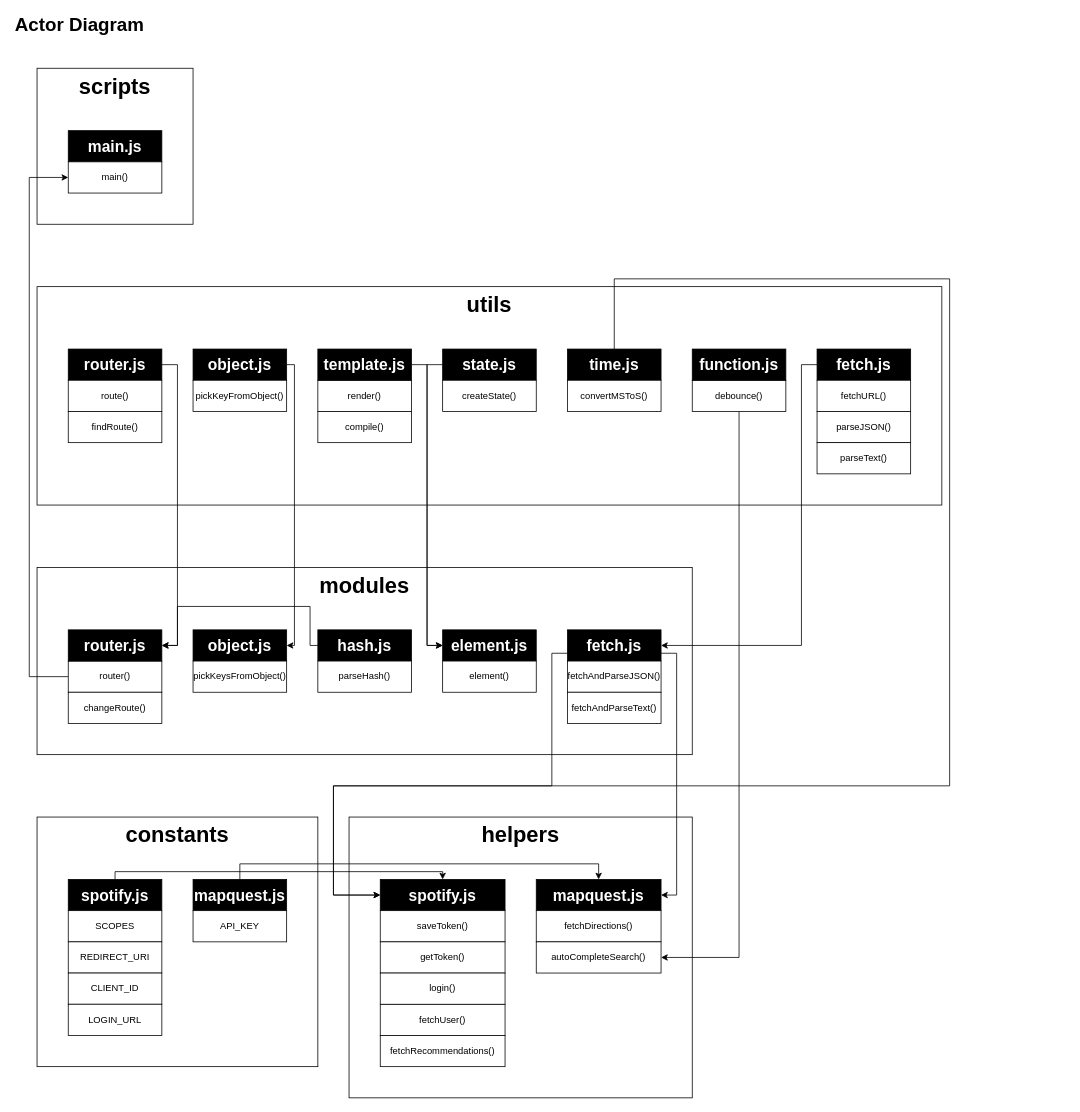
jonahgoldwastaken/web-app-from-scratch-2021 keeps this draw.io diagram as assets/Untitled Diagram.drawio. Above is the earlier version. Source tidied: cells renumbered, new cells numbered last; positions are measured from the earlier drawing's top-left corner, leaving out a move shared by most shapes. Both pictures are drawn from the tidied source at 78%, with x=0, y=0 at pixel (13, 13).
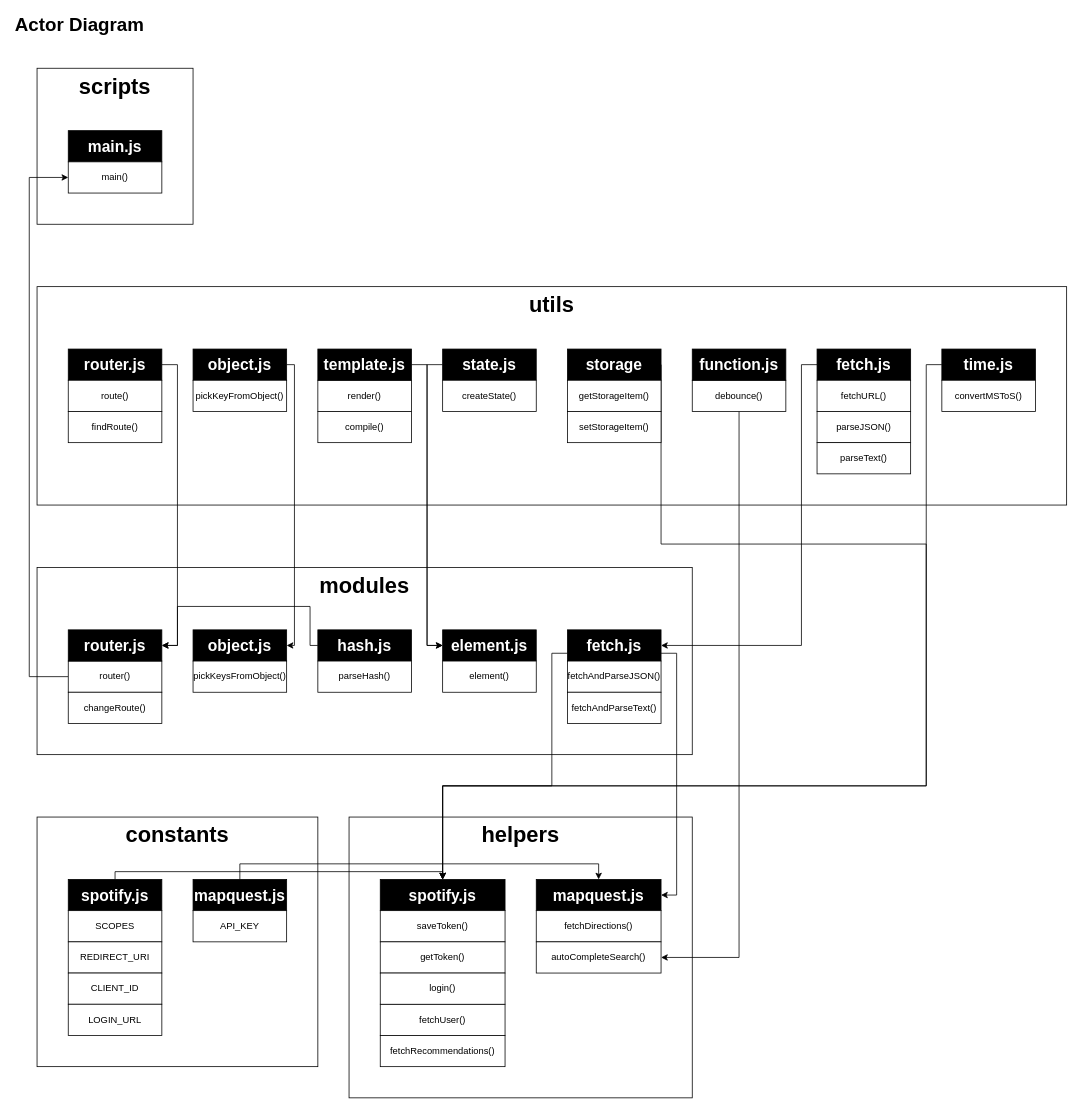
The same diagram, later.

Unchanged cells that the change refers to:
```xml
<mxCell id="8" value="spotify.js" style="whiteSpace=wrap;html=1;fontSize=20;align=center;fontStyle=1;fontColor=#FFFFFF;fillColor=#000000;" parent="1" vertex="1">
  <mxGeometry x="470" y="1110" width="160" height="40" as="geometry" />
</mxCell>
<mxCell id="20" value="fetch.js" style="whiteSpace=wrap;html=1;fontSize=20;align=center;fontStyle=1;fontColor=#FFFFFF;fillColor=#000000;" parent="1" vertex="1">
  <mxGeometry x="710" y="790" width="120" height="40" as="geometry" />
</mxCell>
```

What changed in the source:
```diff
@@
-    <mxCell id="19" style="edgeStyle=orthogonalEdgeStyle;rounded=0;jettySize=auto;html=1;exitX=0;exitY=0.75;exitDx=0;exitDy=0;startArrow=none;startFill=0;endArrow=classic;endFill=1;fontSize=28;fontColor=#000000;entryX=0;entryY=0.5;entryDx=0;entryDy=0;" parent="1" edge="1" source="20" target="8">
+    <mxCell id="19" style="edgeStyle=orthogonalEdgeStyle;rounded=0;jettySize=auto;html=1;exitX=0;exitY=0.75;exitDx=0;exitDy=0;startArrow=none;startFill=0;endArrow=classic;endFill=1;fontSize=28;fontColor=#000000;entryX=0.5;entryY=0;entryDx=0;entryDy=0;" parent="1" edge="1" source="20" target="8">
       <mxGeometry relative="1" as="geometry">
         <Array as="points">
           <mxPoint x="690" y="820" />
           <mxPoint x="690" y="990" />
-          <mxPoint x="410" y="990" />
-          <mxPoint x="410" y="1130" />
+          <mxPoint x="550" y="990" />
         </Array>
       </mxGeometry>
     </mxCell>
@@
     <mxCell id="44" value="utils" style="whiteSpace=wrap;html=1;fontSize=28;align=center;fontStyle=1;verticalAlign=top;fillColor=none;" parent="1" vertex="1">
-      <mxGeometry x="30" y="350" width="1160" height="280" as="geometry" />
+      <mxGeometry x="30" y="350" width="1320" height="280" as="geometry" />
     </mxCell>
@@
-    <mxCell id="58" style="edgeStyle=orthogonalEdgeStyle;rounded=0;jettySize=auto;html=1;exitX=0.5;exitY=0;exitDx=0;exitDy=0;entryX=0;entryY=0.5;entryDx=0;entryDy=0;startArrow=none;startFill=0;endArrow=classic;endFill=1;fontSize=28;fontColor=#000000;" parent="1" edge="1" source="59" target="8">
+    <mxCell id="58" style="edgeStyle=orthogonalEdgeStyle;rounded=0;jettySize=auto;html=1;exitX=0;exitY=0.5;exitDx=0;exitDy=0;entryX=0.5;entryY=0;entryDx=0;entryDy=0;startArrow=none;startFill=0;endArrow=classic;endFill=1;fontSize=28;fontColor=#000000;" parent="1" edge="1" source="59" target="8">
       <mxGeometry relative="1" as="geometry">
         <Array as="points">
-          <mxPoint x="770" y="340" />
-          <mxPoint x="1200" y="340" />
-          <mxPoint x="1200" y="990" />
-          <mxPoint x="410" y="990" />
-          <mxPoint x="410" y="1130" />
+          <mxPoint x="1170" y="450" />
+          <mxPoint x="1170" y="990" />
+          <mxPoint x="550" y="990" />
         </Array>
       </mxGeometry>
     </mxCell>
     <mxCell id="59" value="time.js" style="whiteSpace=wrap;html=1;fontSize=20;align=center;fontStyle=1;fontColor=#FFFFFF;fillColor=#000000;" parent="1" vertex="1">
-      <mxGeometry x="710" y="430" width="120" height="40" as="geometry" />
+      <mxGeometry x="1190" y="430" width="120" height="40" as="geometry" />
     </mxCell>
     <mxCell id="60" value="&lt;font face=&quot;Inconsolata&quot;&gt;&lt;span style=&quot;font-weight: normal&quot;&gt;convertMSToS()&lt;/span&gt;&lt;/font&gt;" style="whiteSpace=wrap;html=1;fontSize=12;align=center;fontStyle=1;" parent="1" vertex="1">
-      <mxGeometry x="710" y="470" width="120" height="40" as="geometry" />
+      <mxGeometry x="1190" y="470" width="120" height="40" as="geometry" />
     </mxCell>
@@
+    <mxCell id="70" style="edgeStyle=orthogonalEdgeStyle;rounded=0;jettySize=auto;html=1;exitX=1;exitY=0.5;exitDx=0;exitDy=0;startArrow=none;startFill=0;endArrow=classic;endFill=1;fontSize=28;fontColor=#000000;" parent="1" edge="1" source="71" target="8">
+      <mxGeometry relative="1" as="geometry">
+        <Array as="points">
+          <mxPoint x="830" y="680" />
+          <mxPoint x="1170" y="680" />
+          <mxPoint x="1170" y="990" />
+          <mxPoint x="550" y="990" />
+        </Array>
+      </mxGeometry>
+    </mxCell>
+    <mxCell id="71" value="storage" style="whiteSpace=wrap;html=1;fontSize=20;align=center;fontStyle=1;fontColor=#FFFFFF;fillColor=#000000;" parent="1" vertex="1">
+      <mxGeometry x="710" y="430" width="120" height="40" as="geometry" />
+    </mxCell>
+    <mxCell id="72" value="&lt;font face=&quot;Inconsolata&quot;&gt;&lt;span style=&quot;font-weight: normal&quot;&gt;getStorageItem()&lt;/span&gt;&lt;/font&gt;" style="whiteSpace=wrap;html=1;fontSize=12;align=center;fontStyle=1;" parent="1" vertex="1">
+      <mxGeometry x="710" y="470" width="120" height="40" as="geometry" />
+    </mxCell>
+    <mxCell id="73" value="&lt;font face=&quot;Inconsolata&quot;&gt;&lt;span style=&quot;font-weight: normal&quot;&gt;setStorageItem()&lt;/span&gt;&lt;/font&gt;" style="whiteSpace=wrap;html=1;fontSize=12;align=center;fontStyle=1;" parent="1" vertex="1">
+      <mxGeometry x="710" y="510" width="120" height="40" as="geometry" />
+    </mxCell>
```
